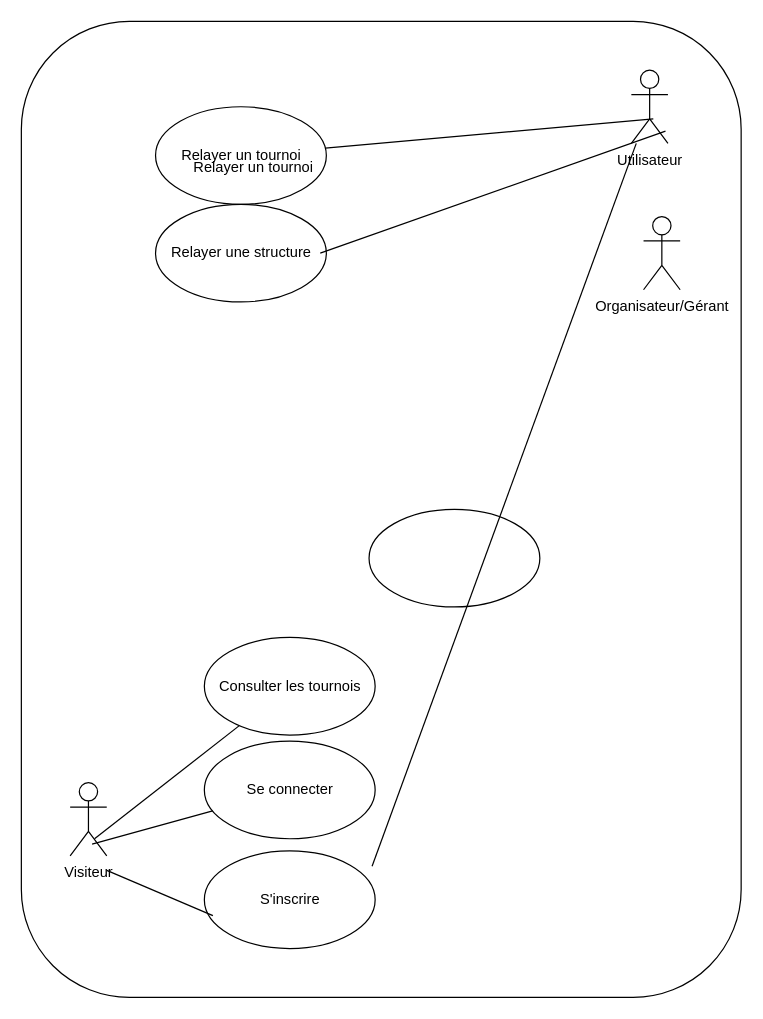
The draw.io diagram Untitled Diagram.drawio in maeulp/testmaeul, before the edit. Source tidied: cells renumbered, new cells numbered last; positions are measured from the earlier drawing's top-left corner, leaving out a move shared by most shapes. Both pictures are drawn from the tidied source at 122%, with x=0, y=0 at pixel (21, 21).
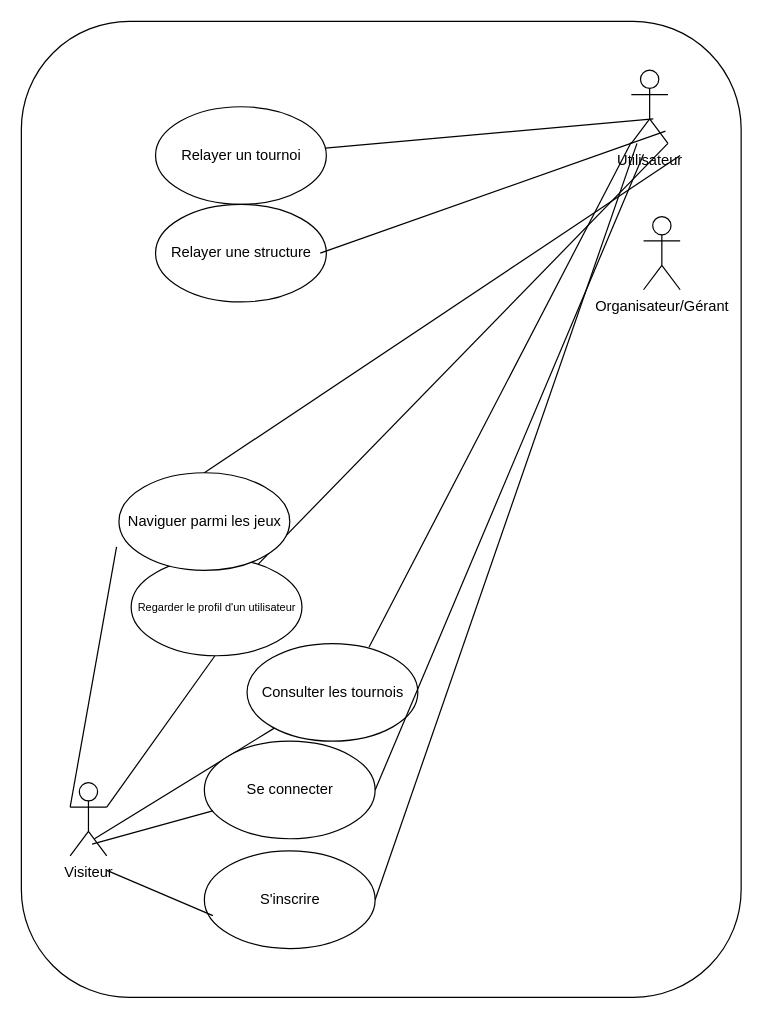
After the change.

The change refers to these unchanged cells:
```xml
<mxCell id="3" value="Visiteur" style="shape=umlActor;verticalLabelPosition=bottom;verticalAlign=top;html=1;outlineConnect=0;" parent="1" vertex="1">
  <mxGeometry x="40" y="624" width="30" height="60" as="geometry" />
</mxCell>
<mxCell id="8" style="ellipse;whiteSpace=wrap;html=1;" parent="1" vertex="1">
  <mxGeometry x="150" y="680" width="140" height="80" as="geometry" />
</mxCell>
<mxCell id="11" style="ellipse;whiteSpace=wrap;html=1;" parent="1" vertex="1">
  <mxGeometry x="150" y="590" width="140" height="80" as="geometry" />
</mxCell>
<mxCell id="14" value="Utilisateur" style="shape=umlActor;verticalLabelPosition=bottom;verticalAlign=top;html=1;outlineConnect=0;" parent="1" vertex="1">
  <mxGeometry x="500" y="40" width="30" height="60" as="geometry" />
</mxCell>
```

The edit, as a diff of the source:
```diff
@@
     <mxCell id="5" style="ellipse;whiteSpace=wrap;html=1;" parent="1" vertex="1">
-      <mxGeometry x="150" y="505" width="140" height="80" as="geometry" />
+      <mxGeometry x="185" y="510" width="140" height="80" as="geometry" />
     </mxCell>
     <mxCell id="6" value="Consulter les tournois" style="text;html=1;align=center;verticalAlign=middle;fillColor=none;strokeColor=none;rounded=0;" parent="1" vertex="1">
-      <mxGeometry x="150" y="535" width="140" height="20" as="geometry" />
+      <mxGeometry x="185" y="540" width="140" height="20" as="geometry" />
     </mxCell>
-    <mxCell id="7" style="ellipse;whiteSpace=wrap;html=1;" parent="1" vertex="1">
-      <mxGeometry x="285" y="400" width="140" height="80" as="geometry" />
-    </mxCell>
@@
-    <mxCell id="17" value="Relayer un tournoi" style="text;html=1;align=center;verticalAlign=middle;fillColor=none;strokeColor=none;rounded=0;" parent="1" vertex="1">
-      <mxGeometry x="120" y="100" width="120" height="20" as="geometry" />
-    </mxCell>
@@
-    <mxCell id="21" style="endArrow=none;html=1;rounded=0;exitX=0.982;exitY=0.156;exitDx=0;exitDy=0;exitPerimeter=0;" parent="1" edge="1" source="8" target="14">
+    <mxCell id="21" style="endArrow=none;html=1;rounded=0;exitX=1;exitY=0.5;exitDx=0;exitDy=0;" parent="1" edge="1" source="8" target="14">
       <mxGeometry relative="1" as="geometry" />
     </mxCell>
@@
     <mxCell id="23" value="Relayer un tournoi" style="text;html=1;align=center;verticalAlign=middle;fillColor=none;strokeColor=none;rounded=0;" parent="1" vertex="1">
-      <mxGeometry x="130" y="110" width="120" height="20" as="geometry" />
+      <mxGeometry x="120" y="100" width="120" height="20" as="geometry" />
     </mxCell>
+    <mxCell id="24" style="endArrow=none;html=1;rounded=0;exitX=1;exitY=0.3333333333333333;exitDx=0;exitDy=0;exitPerimeter=0;" parent="1" edge="1" source="3">
+      <mxGeometry relative="1" as="geometry">
+        <mxPoint x="158.7" y="520" as="targetPoint" />
+      </mxGeometry>
+    </mxCell>
+    <mxCell id="25" style="ellipse;whiteSpace=wrap;html=1;" parent="1" vertex="1">
+      <mxGeometry x="90" y="440" width="140" height="80" as="geometry" />
+    </mxCell>
+    <mxCell id="26" value="&lt;font style=&quot;font-size: 9px;&quot;&gt;Regarder le profil d'un utilisateur&lt;/font&gt;" style="text;html=1;align=center;verticalAlign=middle;fillColor=none;strokeColor=none;rounded=0;" parent="1" vertex="1">
+      <mxGeometry x="85" y="470" width="150" height="20" as="geometry" />
+    </mxCell>
+    <mxCell id="27" style="endArrow=none;html=1;rounded=0;entryX=1;entryY=1;entryDx=0;entryDy=0;entryPerimeter=0;" parent="1" edge="1" source="25" target="14">
+      <mxGeometry relative="1" as="geometry" />
+    </mxCell>
+    <mxCell id="28" style="endArrow=none;html=1;rounded=0;exitX=0.714;exitY=0.038;exitDx=0;exitDy=0;exitPerimeter=0;" parent="1" edge="1" source="5" target="14">
+      <mxGeometry relative="1" as="geometry" />
+    </mxCell>
+    <mxCell id="29" style="endArrow=none;html=1;rounded=0;exitX=1;exitY=0.5;exitDx=0;exitDy=0;" parent="1" edge="1" source="11">
+      <mxGeometry relative="1" as="geometry">
+        <mxPoint x="510" y="108.9" as="targetPoint" />
+      </mxGeometry>
+    </mxCell>
+    <mxCell id="30" style="ellipse;whiteSpace=wrap;html=1;" parent="1" vertex="1">
+      <mxGeometry x="80" y="370" width="140" height="80" as="geometry" />
+    </mxCell>
+    <mxCell id="31" value="Naviguer parmi les jeux" style="text;html=1;align=center;verticalAlign=middle;points=[];fillColor=none;strokeColor=none;rounded=0;" parent="1" vertex="1">
+      <mxGeometry x="80" y="400" width="140" height="20" as="geometry" />
+    </mxCell>
+    <mxCell id="32" style="endArrow=none;html=1;rounded=0;exitX=0;exitY=0.3333333333333333;exitDx=0;exitDy=0;exitPerimeter=0;entryX=-0.014;entryY=1.538;entryDx=0;entryDy=0;entryPerimeter=0;" parent="1" edge="1" source="3" target="31">
+      <mxGeometry relative="1" as="geometry" />
+    </mxCell>
+    <mxCell id="33" style="endArrow=none;html=1;rounded=0;entryX=1;entryY=1;entryDx=0;entryDy=0;entryPerimeter=0;exitX=0.5;exitY=0;exitDx=0;exitDy=0;" parent="1" edge="1" source="30">
+      <mxGeometry relative="1" as="geometry">
+        <mxPoint x="540" y="110" as="targetPoint" />
+      </mxGeometry>
+    </mxCell>
```
